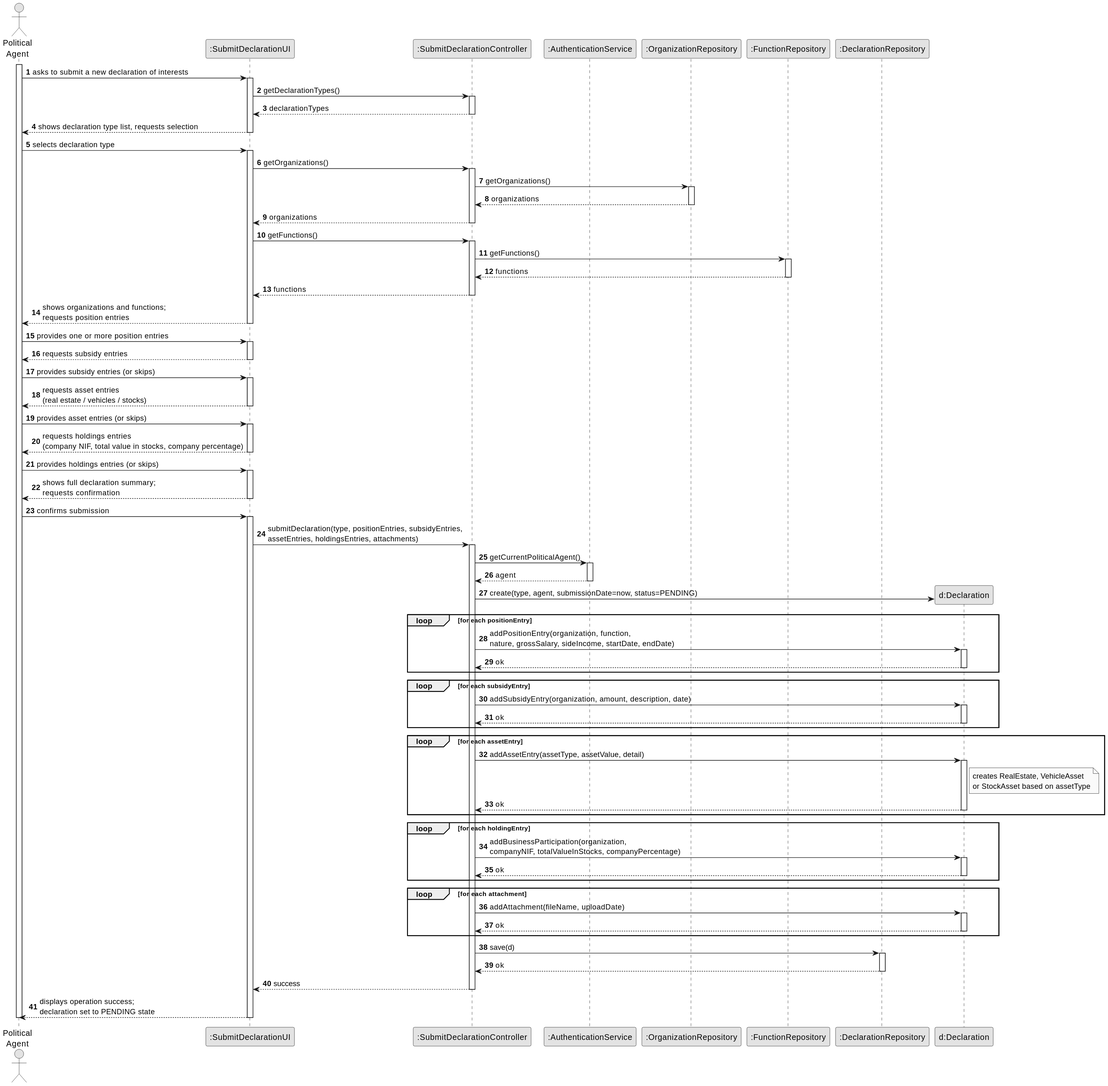
The PlantUML diagram docs/system-documentation/US06/03.design/svg/US06-SD.svg in brunodspinto/crystal-clear-platform, before a commit.
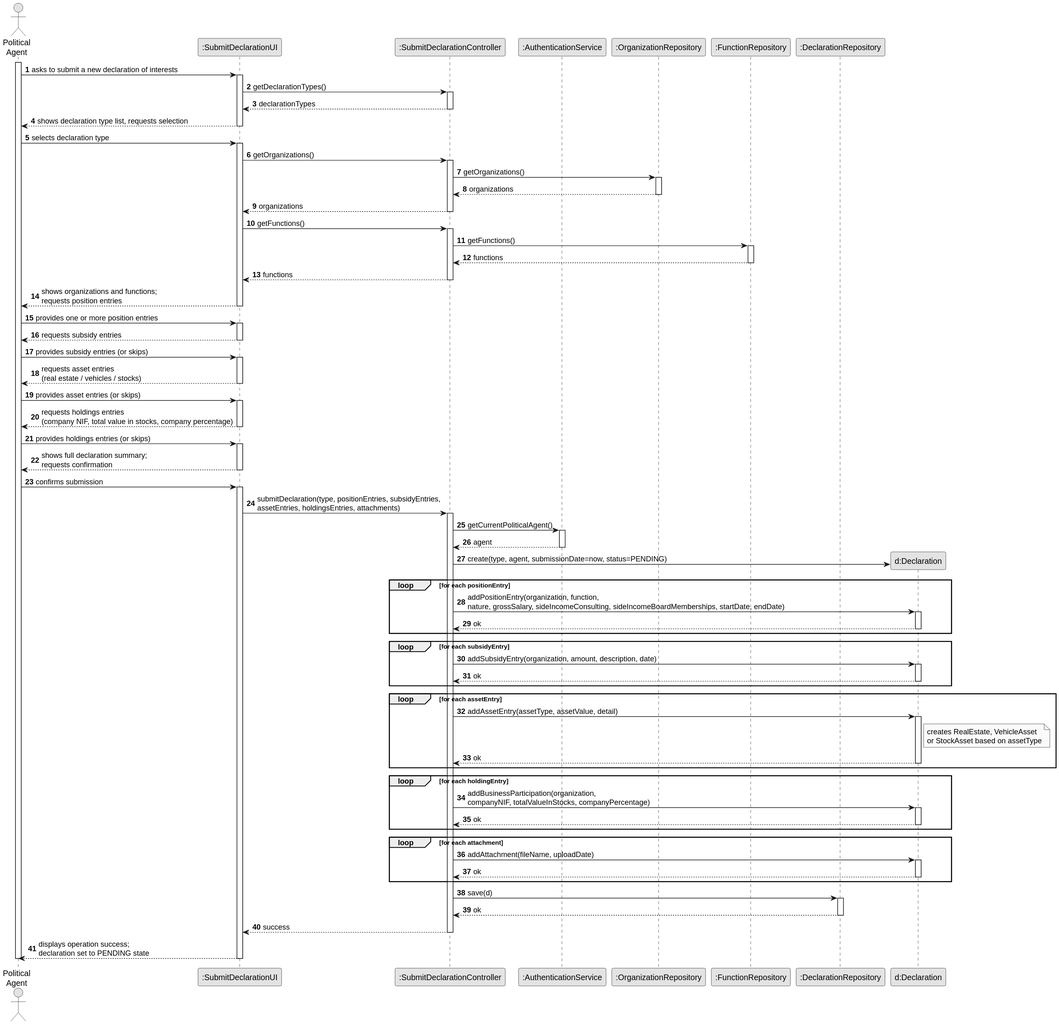
The same file after the commit.

Commit message:
US06 - split PositionEntry sideIncome #7

Diff of the diagram source:
```diff
@@ -89,7 +89,7 @@
             CTRL -> DEC ** : create(type, agent, submissionDate=now, status=PENDING)
 
             loop for each positionEntry
-                CTRL -> DEC : addPositionEntry(organization, function,\nnature, grossSalary, sideIncome, startDate, endDate)
+                CTRL -> DEC : addPositionEntry(organization, function,\nnature, grossSalary, sideIncomeConsulting, sideIncomeBoardMemberships, startDate, endDate)
                 activate DEC
                     DEC --> CTRL : ok
                 deactivate DEC
```
